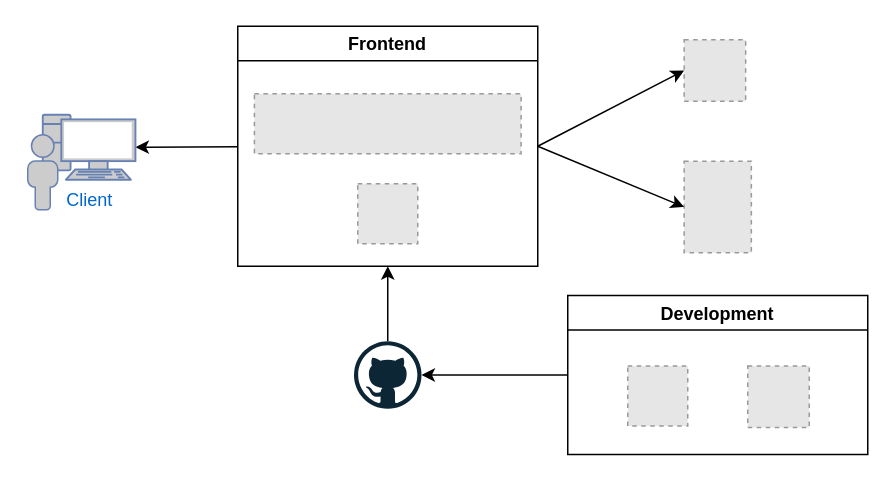
Before: page "Architect" (1 of 2) of images/randomemory-release/diagrams.dio in shin-hama/zenn, a draw.io diagram. Source tidied: cells renumbered, new cells numbered last; positions are measured from the earlier drawing's top-left corner, leaving out a move shared by most shapes. Both pictures are drawn from the tidied source at 150%, with x=0, y=0 at pixel (27, 26). Pictures stored in the file or linked from it are replaced by grey dashed boxes.
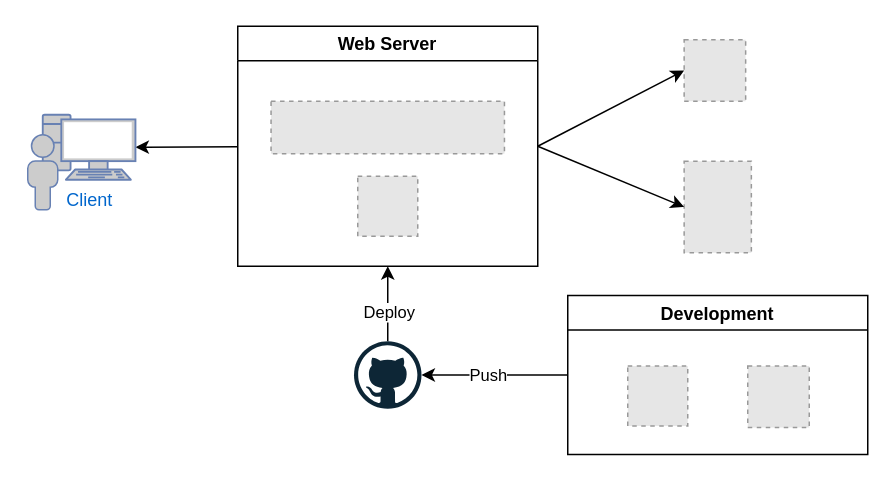
After the change.

The change refers to these unchanged cells:
```xml
<mxCell id="2" style="edgeStyle=none;html=1;rounded=0;" parent="1" edge="1" source="3" target="7">
  <mxGeometry relative="1" as="geometry" />
</mxCell>
<mxCell id="6" style="edgeStyle=none;html=1;entryX=0.5;entryY=1;entryDx=0;entryDy=0;rounded=0;" parent="1" edge="1" source="7" target="11">
  <mxGeometry relative="1" as="geometry" />
</mxCell>
```

The edit, as a diff of the source:
```diff
@@
+    <mxCell id="19" value="Push" style="edgeLabel;html=1;align=center;verticalAlign=middle;" parent="2" vertex="1">
+      <mxGeometry x="0.23" relative="1" as="geometry">
+        <mxPoint x="6" as="offset" />
+      </mxGeometry>
+    </mxCell>
@@
+    <mxCell id="20" value="Deploy" style="edgeLabel;html=1;align=center;verticalAlign=middle;" parent="6" vertex="1">
+      <mxGeometry x="-0.4" y="-1" relative="1" as="geometry">
+        <mxPoint x="-1" y="-5" as="offset" />
+      </mxGeometry>
+    </mxCell>
@@
-    <mxCell id="11" value="Frontend" style="swimlane;rounded=0;" parent="1" vertex="1">
+    <mxCell id="11" value="Web Server" style="swimlane;rounded=0;" parent="1" vertex="1">
       <mxGeometry x="140" width="200" height="160" as="geometry" />
     </mxCell>
     <mxCell id="12" style="fillColor=#E6E6E6;strokeColor=#999999;dashed=1;verticalLabelPosition=bottom;verticalAlign=top;" parent="11" vertex="1">
-      <mxGeometry x="11.1" y="45" width="177.8" height="40" as="geometry" />
+      <mxGeometry x="22.2" y="50" width="155.6" height="35" as="geometry" />
     </mxCell>
     <mxCell id="13" style="fillColor=#E6E6E6;strokeColor=#999999;dashed=1;verticalLabelPosition=bottom;verticalAlign=top;" parent="11" vertex="1">
-      <mxGeometry x="80" y="105" width="40" height="40" as="geometry" />
+      <mxGeometry x="80" y="100" width="40" height="40" as="geometry" />
     </mxCell>
```
